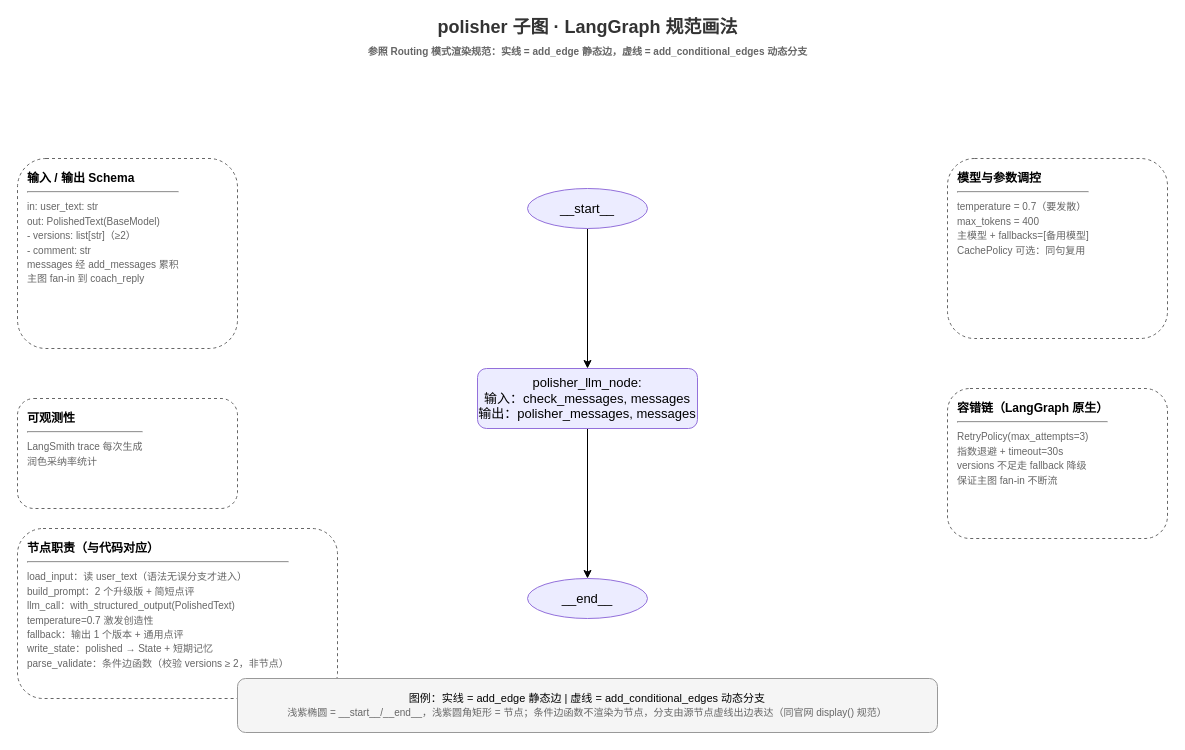
Before: backend/src/talk_agent/document/polisher_graph.drawio in Ekko306/dialog-ai, a draw.io diagram. Source tidied: cells renumbered, new cells numbered last; positions are measured from the earlier drawing's top-left corner, leaving out a move shared by most shapes. Both pictures are drawn from the tidied source at 100%, with x=0, y=0 at pixel (17, 18).
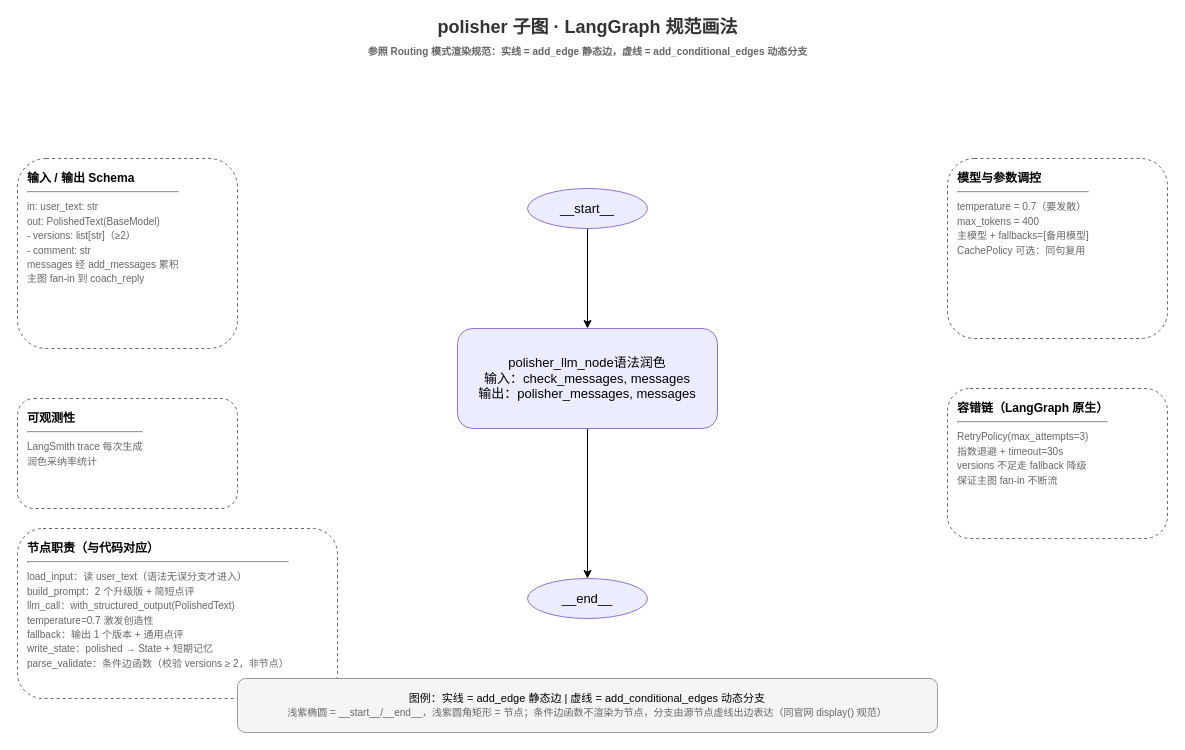
The same diagram, later.

What changed in the source:
```diff
@@
 <mxGraphModel>
   <root>
     <mxCell id="0" />
     <mxCell id="1" parent="0" />
     <mxCell id="2" value="polisher 子图 · LangGraph 规范画法&lt;br&gt;&lt;font style=&quot;font-size:10px&quot; color=&quot;#666666&quot;&gt;参照 Routing 模式渲染规范：实线 = add_edge 静态边，虚线 = add_conditional_edges 动态分支&lt;/font&gt;" style="text;html=1;align=center;verticalAlign=middle;fontSize=18;fontStyle=1;fontColor=#333333;" parent="1" vertex="1">
       <mxGeometry x="290" width="560" height="40" as="geometry" />
     </mxCell>
     <mxCell id="3" style="edgeStyle=none;html=1;entryX=0.5;entryY=0;entryDx=0;entryDy=0;" parent="1" edge="1" source="4" target="6">
       <mxGeometry relative="1" as="geometry" />
     </mxCell>
     <mxCell id="4" value="__start__" style="ellipse;whiteSpace=wrap;html=1;fillColor=#ECECFF;strokeColor=#9370DB;fontSize=13;" parent="1" vertex="1">
       <mxGeometry x="510" y="170" width="120" height="40" as="geometry" />
     </mxCell>
     <mxCell id="5" style="edgeStyle=none;html=1;entryX=0.5;entryY=0;entryDx=0;entryDy=0;" parent="1" edge="1" source="6" target="7">
       <mxGeometry relative="1" as="geometry" />
     </mxCell>
-    <mxCell id="6" value="polisher_llm_node:&lt;br&gt;输入：check_messages, messages&lt;br&gt;输出：polisher_messages, messages" style="rounded=1;whiteSpace=wrap;html=1;fillColor=#ECECFF;strokeColor=#9370DB;fontSize=13;" parent="1" vertex="1">
-      <mxGeometry x="460" y="350" width="220" height="60" as="geometry" />
+    <mxCell id="6" value="polisher_llm_node语法润色&lt;br&gt;输入：check_messages, messages&lt;br&gt;输出：polisher_messages, messages" style="rounded=1;whiteSpace=wrap;html=1;fillColor=#ECECFF;strokeColor=#9370DB;fontSize=13;" parent="1" vertex="1">
+      <mxGeometry x="440" y="310" width="260" height="100" as="geometry" />
     </mxCell>
     <mxCell id="7" value="__end__" style="ellipse;whiteSpace=wrap;html=1;fillColor=#ECECFF;strokeColor=#9370DB;fontSize=13;" parent="1" vertex="1">
       <mxGeometry x="510" y="560" width="120" height="40" as="geometry" />
     </mxCell>
     <mxCell id="8" value="&lt;b&gt;输入 / 输出 Schema&lt;/b&gt;&lt;hr&gt;&lt;font style=&quot;font-size:10px&quot; color=&quot;#666666&quot;&gt;in: user_text: str&lt;br&gt;out: PolishedText(BaseModel)&lt;br&gt;- versions: list[str]（≥2）&lt;br&gt;- comment: str&lt;br&gt;messages 经 add_messages 累积&lt;br&gt;主图 fan-in 到 coach_reply&lt;/font&gt;" style="rounded=1;whiteSpace=wrap;html=1;dashed=1;fillColor=none;strokeColor=#666666;align=left;verticalAlign=top;fontSize=12;spacingLeft=8;spacingTop=6;" parent="1" vertex="1">
       <mxGeometry y="140" width="220" height="190" as="geometry" />
     </mxCell>
     <mxCell id="9" value="&lt;b&gt;可观测性&lt;/b&gt;&lt;hr&gt;&lt;font style=&quot;font-size:10px&quot; color=&quot;#666666&quot;&gt;LangSmith trace 每次生成&lt;br&gt;润色采纳率统计&lt;/font&gt;" style="rounded=1;whiteSpace=wrap;html=1;dashed=1;fillColor=none;strokeColor=#666666;align=left;verticalAlign=top;fontSize=12;spacingLeft=8;spacingTop=6;" parent="1" vertex="1">
       <mxGeometry y="380" width="220" height="110" as="geometry" />
     </mxCell>
     <mxCell id="10" value="&lt;b&gt;节点职责（与代码对应）&lt;/b&gt;&lt;hr&gt;&lt;font style=&quot;font-size:10px&quot; color=&quot;#666666&quot;&gt;load_input：读 user_text（语法无误分支才进入）&lt;br&gt;build_prompt：2 个升级版 + 简短点评&lt;br&gt;llm_call：with_structured_output(PolishedText)&lt;br&gt;temperature=0.7 激发创造性&lt;br&gt;fallback：输出 1 个版本 + 通用点评&lt;br&gt;write_state：polished → State + 短期记忆&lt;br&gt;parse_validate：条件边函数（校验 versions ≥ 2，非节点）&lt;/font&gt;" style="rounded=1;whiteSpace=wrap;html=1;dashed=1;fillColor=none;strokeColor=#666666;align=left;verticalAlign=top;fontSize=12;spacingLeft=8;spacingTop=6;" parent="1" vertex="1">
       <mxGeometry y="510" width="320" height="170" as="geometry" />
     </mxCell>
     <mxCell id="11" value="&lt;b&gt;模型与参数调控&lt;/b&gt;&lt;hr&gt;&lt;font style=&quot;font-size:10px&quot; color=&quot;#666666&quot;&gt;temperature = 0.7（要发散）&lt;br&gt;max_tokens = 400&lt;br&gt;主模型 + fallbacks=[备用模型]&lt;br&gt;CachePolicy 可选：同句复用&lt;/font&gt;" style="rounded=1;whiteSpace=wrap;html=1;dashed=1;fillColor=none;strokeColor=#666666;align=left;verticalAlign=top;fontSize=12;spacingLeft=8;spacingTop=6;" parent="1" vertex="1">
       <mxGeometry x="930" y="140" width="220" height="180" as="geometry" />
     </mxCell>
     <mxCell id="12" value="&lt;b&gt;容错链（LangGraph 原生）&lt;/b&gt;&lt;hr&gt;&lt;font style=&quot;font-size:10px&quot; color=&quot;#666666&quot;&gt;RetryPolicy(max_attempts=3)&lt;br&gt;指数退避 + timeout=30s&lt;br&gt;versions 不足走 fallback 降级&lt;br&gt;保证主图 fan-in 不断流&lt;/font&gt;" style="rounded=1;whiteSpace=wrap;html=1;dashed=1;fillColor=none;strokeColor=#666666;align=left;verticalAlign=top;fontSize=12;spacingLeft=8;spacingTop=6;" parent="1" vertex="1">
       <mxGeometry x="930" y="370" width="220" height="150" as="geometry" />
     </mxCell>
     <mxCell id="13" value="图例：实线 = add_edge 静态边  |  虚线 = add_conditional_edges 动态分支&lt;br&gt;&lt;font style=&quot;font-size:10px&quot; color=&quot;#666666&quot;&gt;浅紫椭圆 = __start__/__end__，浅紫圆角矩形 = 节点；条件边函数不渲染为节点，分支由源节点虚线出边表达（同官网 display() 规范）&lt;/font&gt;" style="rounded=1;whiteSpace=wrap;html=1;fillColor=#f5f5f5;strokeColor=#999999;fontSize=11;align=center;" parent="1" vertex="1">
       <mxGeometry x="220" y="660" width="700" height="54" as="geometry" />
     </mxCell>
   </root>
 </mxGraphModel>
```
